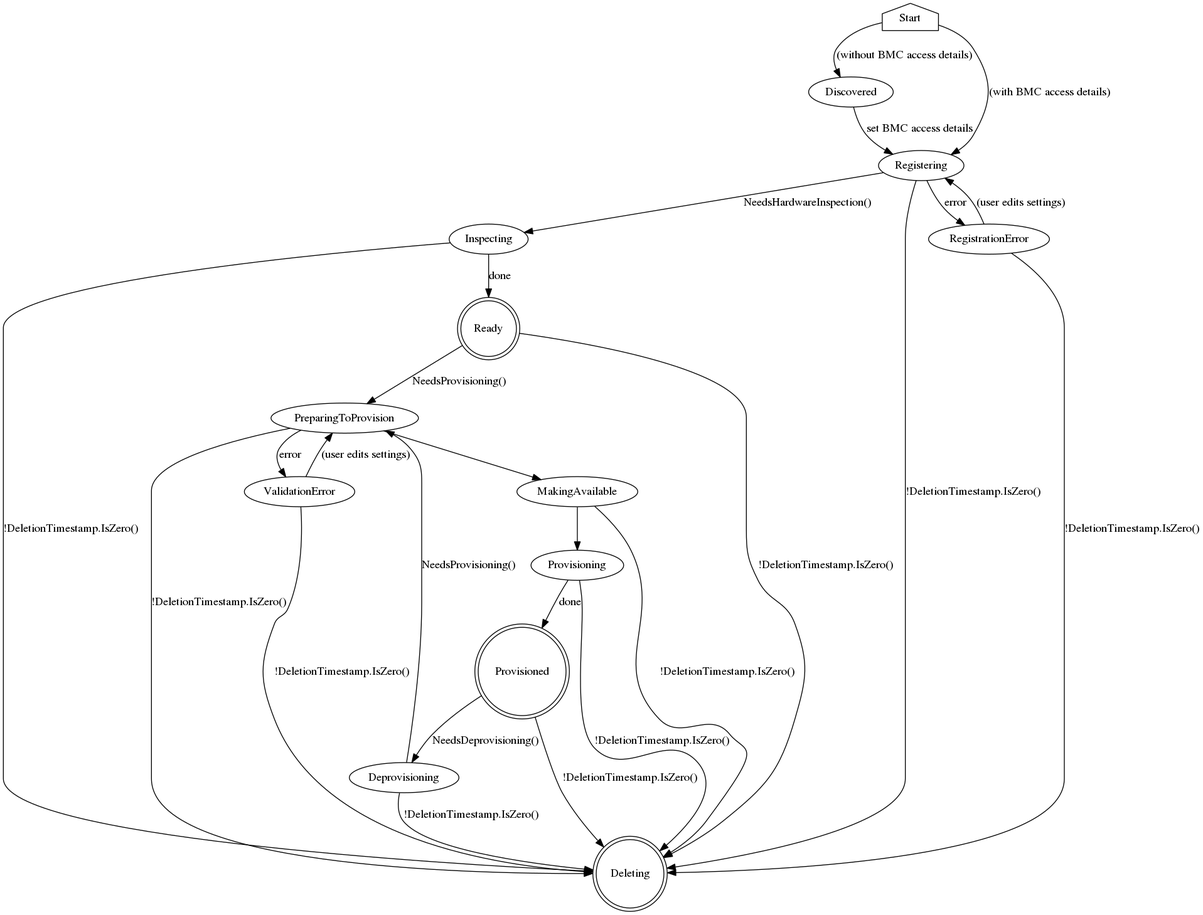
Earlier version of the Graphviz export docs/BaremetalHost_ProvisioningState.png (metal3-io/baremetal-operator). Its source is kept beside it as docs/BaremetalHost_ProvisioningState.dot.
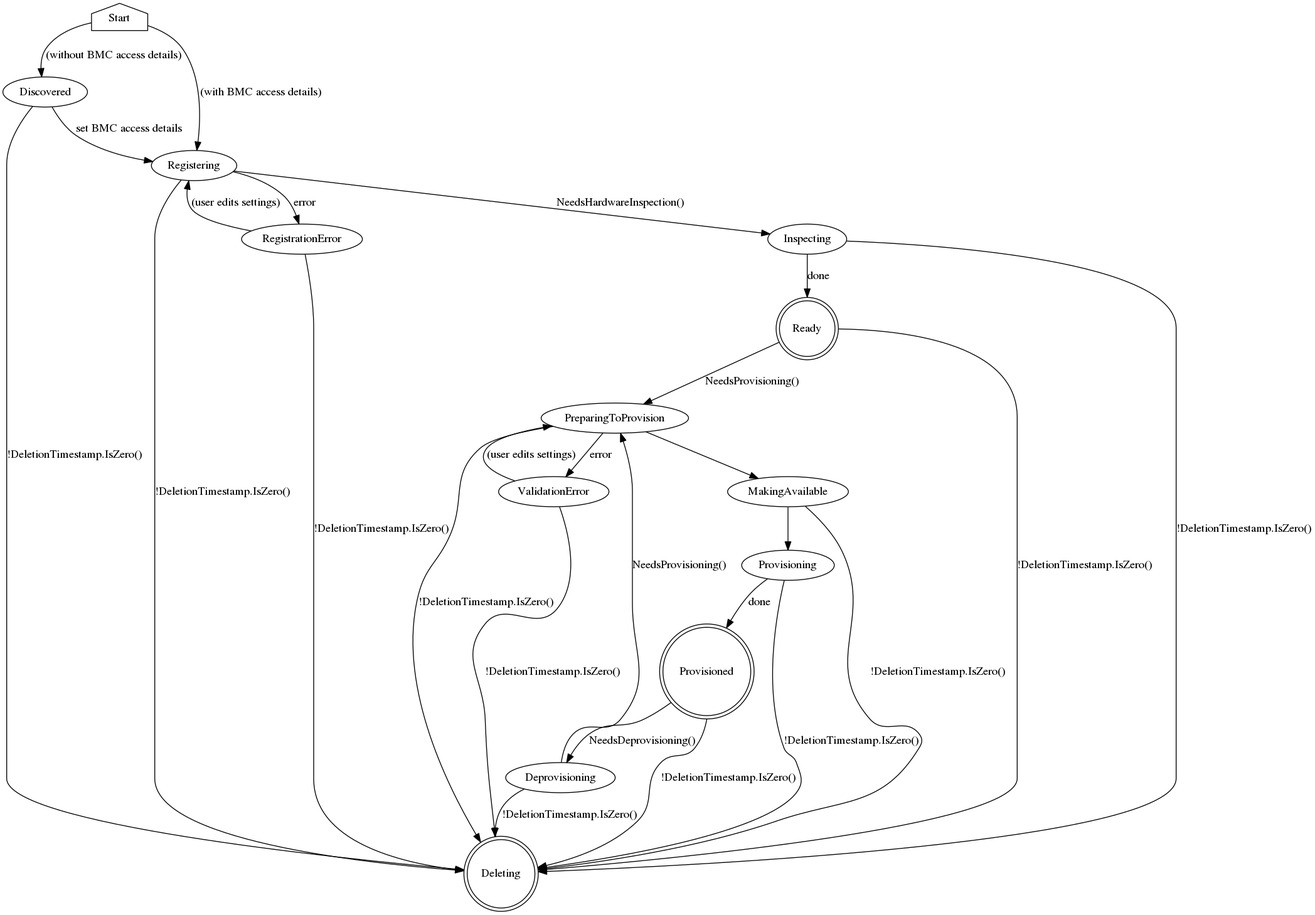
After the commit.

Commit message:
add discovered->deleting transition

The edit, as a diff of the source:
```diff
@@ -4,6 +4,7 @@
     Start -> Registering [label="(with BMC access details)"]
 
     Discovered -> Registering [label="set BMC access details"]
+    Discovered -> Deleting [label="!DeletionTimestamp.IsZero()"]
 
     Registering -> Inspecting [label="NeedsHardwareInspection()"]
     Registering -> Deleting [label="!DeletionTimestamp.IsZero()"]
```
